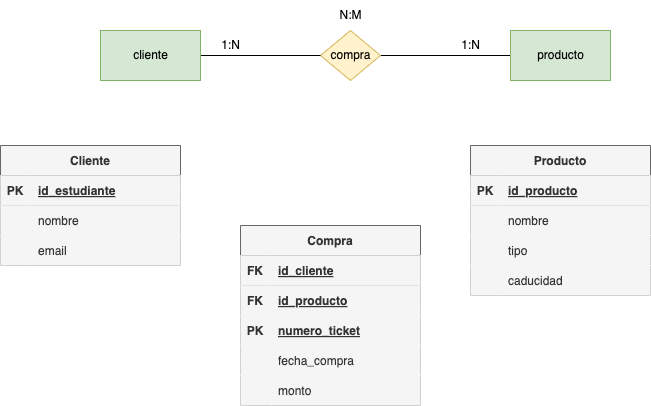
Before: tareas/tarea-3/images/ejercicio23.drawio.png, a diagram exported from draw.io (deylansystem/actividadesBAE). Source tidied: cells renumbered, new cells last; positions are measured from the earlier drawing's top-left corner, leaving out a move shared by most shapes.
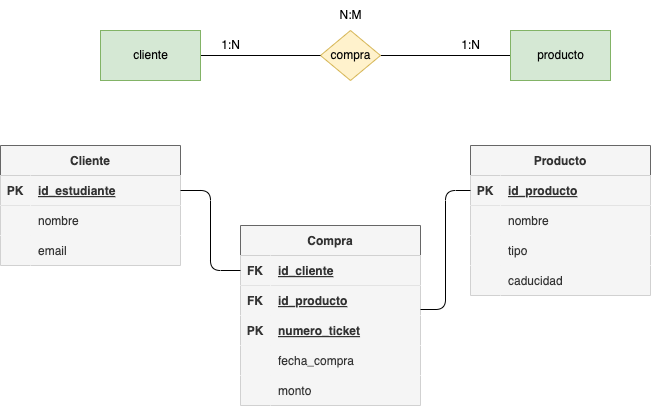
After the commit.

Diff of the diagram source:
```diff
@@ -143,10 +143,10 @@
     <mxCell id="48" value="monto" style="shape=partialRectangle;fillColor=#f5f5f5;top=0;left=0;bottom=0;right=0;align=left;spacingLeft=6;overflow=hidden;fontColor=#333333;labelBackgroundColor=none;strokeColor=#666666;" parent="46" vertex="1">
       <mxGeometry x="30" width="150" height="30" as="geometry" />
     </mxCell>
-    <mxCell id="49" style="edgeStyle=orthogonalEdgeStyle;html=1;exitX=1;exitY=0.5;exitDx=0;exitDy=0;entryX=0;entryY=0.5;entryDx=0;entryDy=0;fontColor=#050505;labelBackgroundColor=none;fillColor=#f5f5f5;strokeColor=#ffffff;endArrow=none;endFill=0;" parent="1" edge="1" source="11" target="34">
+    <mxCell id="49" style="edgeStyle=orthogonalEdgeStyle;html=1;exitX=1;exitY=0.5;exitDx=0;exitDy=0;entryX=0;entryY=0.5;entryDx=0;entryDy=0;fontColor=#050505;labelBackgroundColor=none;fillColor=#f5f5f5;strokeColor=#000000;endArrow=none;endFill=0;" parent="1" edge="1" source="11" target="34">
       <mxGeometry relative="1" as="geometry" />
     </mxCell>
-    <mxCell id="50" style="edgeStyle=orthogonalEdgeStyle;html=1;exitX=0;exitY=0.5;exitDx=0;exitDy=0;entryX=1;entryY=0.8;entryDx=0;entryDy=0;entryPerimeter=0;fontColor=#050505;labelBackgroundColor=none;fillColor=#f5f5f5;strokeColor=#ffffff;endArrow=none;endFill=0;" parent="1" edge="1" source="21" target="37">
+    <mxCell id="50" style="edgeStyle=orthogonalEdgeStyle;html=1;exitX=0;exitY=0.5;exitDx=0;exitDy=0;entryX=1;entryY=0.8;entryDx=0;entryDy=0;entryPerimeter=0;fontColor=#050505;labelBackgroundColor=none;fillColor=#f5f5f5;strokeColor=#000000;endArrow=none;endFill=0;" parent="1" edge="1" source="21" target="37">
       <mxGeometry relative="1" as="geometry" />
     </mxCell>
   </root>
```
